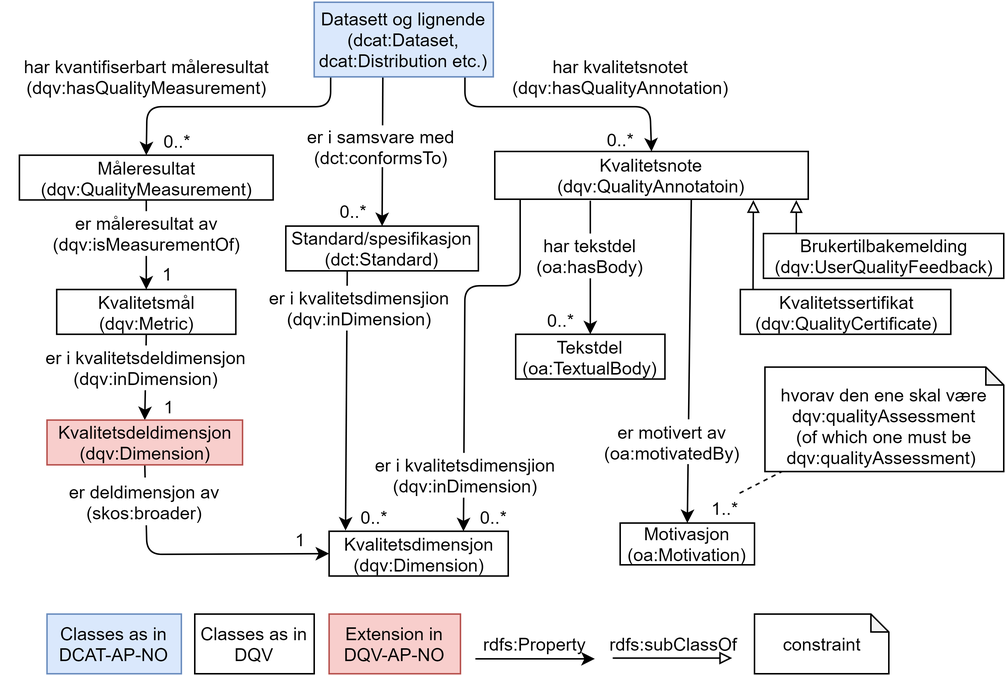
This is images/dqv-ap-no.png from Informasjonsforvaltning/dqv-ap-no, a draw.io export, as it was before one commit. Source tidied: cells renumbered, new cells last; positions are measured from the earlier drawing's top-left corner, leaving out a move shared by most shapes. Source of this version:
```xml
<mxGraphModel>
  <root>
    <mxCell id="0" />
    <mxCell id="1" parent="0" />
    <mxCell id="2" style="endArrow=classic;html=1;entryX=0.5;entryY=0;entryDx=0;entryDy=0;exitX=0.5;exitY=1;exitDx=0;exitDy=0;" parent="1" edge="1" source="28" target="34">
      <mxGeometry relative="1" as="geometry" />
    </mxCell>
    <mxCell id="3" style="endArrow=classic;html=1;entryX=0.5;entryY=0;entryDx=0;entryDy=0;exitX=0.092;exitY=0.988;exitDx=0;exitDy=0;exitPerimeter=0;" parent="1" edge="1" source="27" target="46">
      <mxGeometry relative="1" as="geometry">
        <Array as="points">
          <mxPoint x="220" y="70" />
          <mxPoint x="97" y="70" />
        </Array>
      </mxGeometry>
    </mxCell>
    <mxCell id="4" value="har kvantifiserbart måleresultat (dqv:hasQualityMeasurement)" style="text;html=1;strokeColor=none;fillColor=none;align=center;verticalAlign=middle;whiteSpace=wrap;rounded=0;" parent="1" vertex="1">
      <mxGeometry x="0.5" y="40" width="192" height="20" as="geometry" />
    </mxCell>
    <mxCell id="5" style="endArrow=classic;html=1;exitX=0.5;exitY=1;exitDx=0;exitDy=0;" parent="1" edge="1" target="28">
      <mxGeometry relative="1" as="geometry">
        <mxPoint x="96.5" y="132.5" as="sourcePoint" />
      </mxGeometry>
    </mxCell>
    <mxCell id="6" style="endArrow=classic;html=1;entryX=0.5;entryY=0;entryDx=0;entryDy=0;" parent="1" edge="1" target="45">
      <mxGeometry relative="1" as="geometry">
        <mxPoint x="255" y="49" as="sourcePoint" />
      </mxGeometry>
    </mxCell>
    <mxCell id="7" style="endArrow=classic;html=1;exitX=0.319;exitY=0.967;exitDx=0;exitDy=0;exitPerimeter=0;" parent="1" edge="1" source="45">
      <mxGeometry relative="1" as="geometry">
        <mxPoint x="230" y="354" as="targetPoint" />
      </mxGeometry>
    </mxCell>
    <mxCell id="8" style="endArrow=classic;html=1;entryX=0.5;entryY=0;entryDx=0;entryDy=0;" parent="1" edge="1" target="44">
      <mxGeometry relative="1" as="geometry">
        <mxPoint x="310" y="50" as="sourcePoint" />
        <Array as="points">
          <mxPoint x="310" y="70" />
          <mxPoint x="434" y="70" />
        </Array>
      </mxGeometry>
    </mxCell>
    <mxCell id="9" value="har kvalitetsnotet (dqv:hasQualityAnnotation)" style="text;html=1;strokeColor=none;fillColor=none;align=center;verticalAlign=middle;whiteSpace=wrap;rounded=0;" parent="1" vertex="1">
      <mxGeometry x="333.5" y="30" width="161" height="40" as="geometry" />
    </mxCell>
    <mxCell id="10" value="0..*" style="text;html=1;strokeColor=none;fillColor=none;align=center;verticalAlign=middle;whiteSpace=wrap;rounded=0;" parent="1" vertex="1">
      <mxGeometry x="96.5" y="82.5" width="40" height="20" as="geometry" />
    </mxCell>
    <mxCell id="11" value="1" style="text;html=1;strokeColor=none;fillColor=none;align=center;verticalAlign=middle;whiteSpace=wrap;rounded=0;" parent="1" vertex="1">
      <mxGeometry x="90" y="171.5" width="40" height="20" as="geometry" />
    </mxCell>
    <mxCell id="12" value="1" style="text;html=1;strokeColor=none;fillColor=none;align=center;verticalAlign=middle;whiteSpace=wrap;rounded=0;" parent="1" vertex="1">
      <mxGeometry x="179" y="349.5" width="40" height="20" as="geometry" />
    </mxCell>
    <mxCell id="13" value="0..*" style="text;html=1;strokeColor=none;fillColor=none;align=center;verticalAlign=middle;whiteSpace=wrap;rounded=0;" parent="1" vertex="1">
      <mxGeometry x="229" y="334.5" width="40" height="20" as="geometry" />
    </mxCell>
    <mxCell id="14" style="endArrow=classic;html=1;entryX=0.75;entryY=0;entryDx=0;entryDy=0;" parent="1" edge="1" target="30">
      <mxGeometry relative="1" as="geometry">
        <mxPoint x="347" y="130" as="sourcePoint" />
        <Array as="points">
          <mxPoint x="347" y="190" />
          <mxPoint x="310" y="190" />
        </Array>
      </mxGeometry>
    </mxCell>
    <mxCell id="15" value="0..*" style="text;html=1;strokeColor=none;fillColor=none;align=center;verticalAlign=middle;whiteSpace=wrap;rounded=0;" parent="1" vertex="1">
      <mxGeometry x="309" y="334.5" width="40" height="20" as="geometry" />
    </mxCell>
    <mxCell id="16" value="0..*" style="text;html=1;strokeColor=none;fillColor=none;align=center;verticalAlign=middle;whiteSpace=wrap;rounded=0;" parent="1" vertex="1">
      <mxGeometry x="394" y="81.5" width="40" height="20" as="geometry" />
    </mxCell>
    <mxCell id="17" value="0..*" style="text;html=1;strokeColor=none;fillColor=none;align=center;verticalAlign=middle;whiteSpace=wrap;rounded=0;" parent="1" vertex="1">
      <mxGeometry x="214.5" y="130" width="40" height="20" as="geometry" />
    </mxCell>
    <mxCell id="18" style="endArrow=block;html=1;endFill=0;entryX=0.825;entryY=1.019;entryDx=0;entryDy=0;entryPerimeter=0;" parent="1" edge="1" target="44">
      <mxGeometry relative="1" as="geometry">
        <mxPoint x="503" y="201" as="sourcePoint" />
      </mxGeometry>
    </mxCell>
    <mxCell id="19" value="1" style="text;html=1;strokeColor=none;fillColor=none;align=center;verticalAlign=middle;whiteSpace=wrap;rounded=0;" parent="1" vertex="1">
      <mxGeometry x="93" y="260.5" width="37" height="20" as="geometry" />
    </mxCell>
    <mxCell id="20" style="endArrow=classic;html=1;entryX=0;entryY=0.5;entryDx=0;entryDy=0;exitX=0.5;exitY=1;exitDx=0;exitDy=0;" parent="1" edge="1" source="34" target="30">
      <mxGeometry relative="1" as="geometry">
        <Array as="points">
          <mxPoint x="97" y="370" />
        </Array>
      </mxGeometry>
    </mxCell>
    <mxCell id="21" style="endArrow=block;html=1;endFill=0;entryX=0.962;entryY=1.019;entryDx=0;entryDy=0;entryPerimeter=0;" parent="1" edge="1" target="44">
      <mxGeometry relative="1" as="geometry">
        <mxPoint x="532" y="161" as="sourcePoint" />
      </mxGeometry>
    </mxCell>
    <mxCell id="22" style="endArrow=classic;html=1;entryX=0.5;entryY=0;entryDx=0;entryDy=0;" parent="1" edge="1" target="36">
      <mxGeometry relative="1" as="geometry">
        <mxPoint x="394" y="133" as="sourcePoint" />
      </mxGeometry>
    </mxCell>
    <mxCell id="23" value="0..*" style="text;html=1;strokeColor=none;fillColor=none;align=center;verticalAlign=middle;whiteSpace=wrap;rounded=0;" parent="1" vertex="1">
      <mxGeometry x="354" y="202.5" width="40" height="20" as="geometry" />
    </mxCell>
    <mxCell id="24" style="endArrow=classic;html=1;entryX=0.5;entryY=0;entryDx=0;entryDy=0;exitX=0.627;exitY=0.969;exitDx=0;exitDy=0;exitPerimeter=0;" parent="1" edge="1" source="44" target="39">
      <mxGeometry relative="1" as="geometry" />
    </mxCell>
    <mxCell id="25" value="1..*" style="text;html=1;strokeColor=none;fillColor=none;align=center;verticalAlign=middle;whiteSpace=wrap;rounded=0;" parent="1" vertex="1">
      <mxGeometry x="464" y="329" width="40" height="20" as="geometry" />
    </mxCell>
    <mxCell id="26" style="endArrow=none;dashed=1;html=1;exitX=0.75;exitY=0;exitDx=0;exitDy=0;" parent="1" edge="1" source="25" target="41">
      <mxGeometry relative="1" as="geometry" />
    </mxCell>
    <mxCell id="27" value="Datasett og lignende&lt;br&gt;(dcat:Dataset, dcat:Distribution etc.)" style="rounded=0;whiteSpace=wrap;html=1;fillColor=#dae8fc;strokeColor=#6c8ebf;" parent="1" vertex="1">
      <mxGeometry x="209" width="120" height="50" as="geometry" />
    </mxCell>
    <mxCell id="28" value="Kvalitetsmål&lt;br&gt;(dqv:Metric)" style="rounded=0;whiteSpace=wrap;html=1;" parent="1" vertex="1">
      <mxGeometry x="36.5" y="192.5" width="120" height="30" as="geometry" />
    </mxCell>
    <mxCell id="29" value="er måleresultat av (dqv:isMeasurementOf)" style="text;html=1;align=center;verticalAlign=middle;whiteSpace=wrap;rounded=0;fillColor=#FFFFFF;" parent="1" vertex="1">
      <mxGeometry x="46" y="140" width="102" height="30" as="geometry" />
    </mxCell>
    <mxCell id="30" value="Kvalitetsdimensjon&lt;br&gt;(dqv:Dimension)" style="rounded=0;whiteSpace=wrap;html=1;" parent="1" vertex="1">
      <mxGeometry x="219" y="354.5" width="120" height="30" as="geometry" />
    </mxCell>
    <mxCell id="31" value="er i kvalitetsdeldimensjon (dqv:inDimension)" style="text;html=1;align=center;verticalAlign=middle;whiteSpace=wrap;rounded=0;fillColor=#FFFFFF;" parent="1" vertex="1">
      <mxGeometry x="13" y="230" width="167" height="30" as="geometry" />
    </mxCell>
    <mxCell id="32" value="er i samsvare med (dct:conformsTo)" style="text;html=1;strokeColor=none;fillColor=#FFFFFF;align=center;verticalAlign=middle;whiteSpace=wrap;rounded=0;" parent="1" vertex="1">
      <mxGeometry x="199" y="82.5" width="110" height="28" as="geometry" />
    </mxCell>
    <mxCell id="33" value="er i kvalitetsdimensjion (dqv:inDimension)" style="text;html=1;align=center;verticalAlign=middle;whiteSpace=wrap;rounded=0;fillColor=#FFFFFF;" parent="1" vertex="1">
      <mxGeometry x="246.5" y="302" width="127" height="30" as="geometry" />
    </mxCell>
    <mxCell id="34" value="Kvalitetsdeldimensjon&lt;br&gt;(dqv:Dimension)" style="rounded=0;whiteSpace=wrap;html=1;fillColor=#f8cecc;strokeColor=#b85450;" parent="1" vertex="1">
      <mxGeometry x="30" y="280" width="131" height="30" as="geometry" />
    </mxCell>
    <mxCell id="35" value="er deldimensjon av (skos:broader)" style="text;html=1;align=center;verticalAlign=middle;whiteSpace=wrap;rounded=0;fillColor=#FFFFFF;" parent="1" vertex="1">
      <mxGeometry x="11.5" y="318.5" width="167" height="32" as="geometry" />
    </mxCell>
    <mxCell id="36" value="Tekstdel (oa:TextualBody)" style="rounded=0;whiteSpace=wrap;html=1;" parent="1" vertex="1">
      <mxGeometry x="344" y="222.5" width="100" height="30" as="geometry" />
    </mxCell>
    <mxCell id="37" value="har tekstdel (oa:hasBody)" style="text;html=1;strokeColor=none;fillColor=#FFFFFF;align=center;verticalAlign=middle;whiteSpace=wrap;rounded=0;" parent="1" vertex="1">
      <mxGeometry x="359" y="155" width="70" height="30" as="geometry" />
    </mxCell>
    <mxCell id="38" value="er i kvalitetsdimensjion (dqv:inDimension)" style="text;html=1;align=center;verticalAlign=middle;whiteSpace=wrap;rounded=0;fillColor=#FFFFFF;" parent="1" vertex="1">
      <mxGeometry x="176" y="190" width="127" height="30" as="geometry" />
    </mxCell>
    <mxCell id="39" value="Motivasjon&lt;br&gt;(oa:Motivation)" style="rounded=0;whiteSpace=wrap;html=1;fillColor=#FFFFFF;" parent="1" vertex="1">
      <mxGeometry x="414" y="349" width="90" height="28" as="geometry" />
    </mxCell>
    <mxCell id="40" value="er motivert av (oa:motivatedBy)" style="text;html=1;strokeColor=none;fillColor=#FFFFFF;align=center;verticalAlign=middle;whiteSpace=wrap;rounded=0;" parent="1" vertex="1">
      <mxGeometry x="399" y="279.5" width="100" height="30" as="geometry" />
    </mxCell>
    <mxCell id="41" value="hvorav den ene skal være dqv:qualityAssessment&lt;br&gt;(of which one must be dqv:qualityAssessment)&amp;nbsp;" style="shape=note;whiteSpace=wrap;html=1;backgroundOutline=1;darkOpacity=0.05;fillColor=#FFFFFF;verticalAlign=bottom;size=12;" parent="1" vertex="1">
      <mxGeometry x="511" y="244.5" width="160" height="70" as="geometry" />
    </mxCell>
    <mxCell id="42" value="Brukertilbakemelding&lt;br&gt;(dqv:UserQualityFeedback)" style="rounded=0;whiteSpace=wrap;html=1;fillColor=#FFFFFF;" parent="1" vertex="1">
      <mxGeometry x="510" y="155" width="161" height="30" as="geometry" />
    </mxCell>
    <mxCell id="43" value="Kvalitetssertifikat&lt;br&gt;(dqv:QualityCertificate)" style="rounded=0;whiteSpace=wrap;html=1;fillColor=#FFFFFF;" parent="1" vertex="1">
      <mxGeometry x="494.5" y="192.5" width="141" height="30" as="geometry" />
    </mxCell>
    <mxCell id="44" value="Kvalitetsnote&lt;br&gt;(dqv:QualityAnnotatoin)" style="rounded=0;whiteSpace=wrap;html=1;" parent="1" vertex="1">
      <mxGeometry x="330" y="100" width="210" height="32" as="geometry" />
    </mxCell>
    <mxCell id="45" value="Standard/spesifikasjon (dct:Standard)" style="rounded=0;whiteSpace=wrap;html=1;" parent="1" vertex="1">
      <mxGeometry x="190" y="150" width="129" height="30" as="geometry" />
    </mxCell>
    <mxCell id="46" value="Måleresultat&lt;br&gt;(dqv:QualityMeasurement)" style="rounded=0;whiteSpace=wrap;html=1;" parent="1" vertex="1">
      <mxGeometry x="11.5" y="102.5" width="170" height="30" as="geometry" />
    </mxCell>
    <mxCell id="47" value="Classes as in DCAT-AP-NO" style="rounded=0;whiteSpace=wrap;html=1;fillColor=#dae8fc;strokeColor=#6c8ebf;" parent="1" vertex="1">
      <mxGeometry x="30" y="410" width="90" height="40" as="geometry" />
    </mxCell>
    <mxCell id="48" value="Classes as in DQV" style="rounded=0;whiteSpace=wrap;html=1;fillColor=#FFFFFF;" parent="1" vertex="1">
      <mxGeometry x="129" y="410" width="80" height="40" as="geometry" />
    </mxCell>
    <mxCell id="49" value="Extension in DQV-AP-NO" style="rounded=0;whiteSpace=wrap;html=1;fillColor=#f8cecc;strokeColor=#b85450;" parent="1" vertex="1">
      <mxGeometry x="219" y="410" width="88" height="40" as="geometry" />
    </mxCell>
    <mxCell id="50" style="endArrow=classic;html=1;" parent="1" edge="1">
      <mxGeometry relative="1" as="geometry">
        <mxPoint x="317" y="440" as="sourcePoint" />
        <mxPoint x="397" y="440" as="targetPoint" />
      </mxGeometry>
    </mxCell>
    <mxCell id="51" value="rdfs:Property" style="text;html=1;strokeColor=none;fillColor=none;align=center;verticalAlign=middle;whiteSpace=wrap;rounded=0;" parent="1" vertex="1">
      <mxGeometry x="336" y="420" width="40" height="20" as="geometry" />
    </mxCell>
    <mxCell id="52" style="endArrow=block;html=1;endFill=0;" parent="1" edge="1">
      <mxGeometry relative="1" as="geometry">
        <mxPoint x="409" y="439.5" as="sourcePoint" />
        <mxPoint x="489" y="439.5" as="targetPoint" />
      </mxGeometry>
    </mxCell>
    <mxCell id="53" value="rdfs:subClassOf" style="text;html=1;strokeColor=none;fillColor=none;align=center;verticalAlign=middle;whiteSpace=wrap;rounded=0;" parent="1" vertex="1">
      <mxGeometry x="430" y="420" width="40" height="20" as="geometry" />
    </mxCell>
    <mxCell id="54" value="constraint" style="shape=note;whiteSpace=wrap;html=1;backgroundOutline=1;darkOpacity=0.05;fillColor=#FFFFFF;verticalAlign=middle;size=12;align=center;" parent="1" vertex="1">
      <mxGeometry x="504" y="410" width="90" height="40" as="geometry" />
    </mxCell>
  </root>
</mxGraphModel>
```
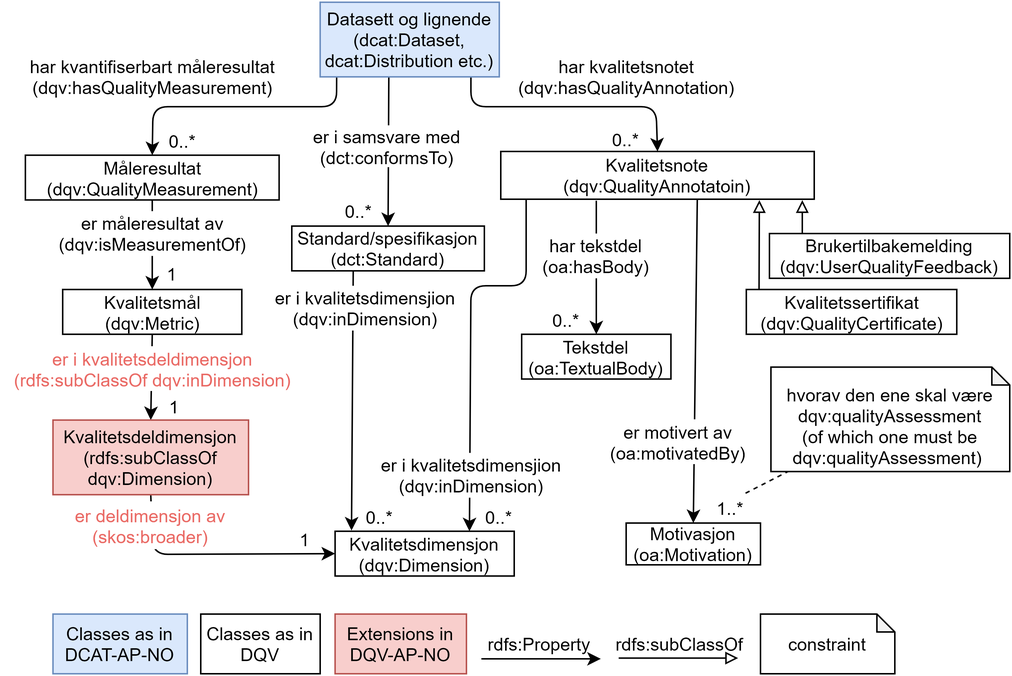
The same file after the commit.

Diff of the diagram source:
```diff
@@ -122,8 +122,8 @@
     <mxCell id="30" value="Kvalitetsdimensjon&lt;br&gt;(dqv:Dimension)" style="rounded=0;whiteSpace=wrap;html=1;" parent="1" vertex="1">
       <mxGeometry x="219" y="354.5" width="120" height="30" as="geometry" />
     </mxCell>
-    <mxCell id="31" value="er i kvalitetsdeldimensjon (dqv:inDimension)" style="text;html=1;align=center;verticalAlign=middle;whiteSpace=wrap;rounded=0;fillColor=#FFFFFF;" parent="1" vertex="1">
-      <mxGeometry x="13" y="230" width="167" height="30" as="geometry" />
+    <mxCell id="31" value="er i kvalitetsdeldimensjon (rdfs:subClassOf dqv:inDimension)" style="text;html=1;align=center;verticalAlign=middle;whiteSpace=wrap;rounded=0;fillColor=#FFFFFF;labelBackgroundColor=none;fontColor=#EA6B66;" parent="1" vertex="1">
+      <mxGeometry x="-3.5" y="230.5" width="200" height="30" as="geometry" />
     </mxCell>
     <mxCell id="32" value="er i samsvare med (dct:conformsTo)" style="text;html=1;strokeColor=none;fillColor=#FFFFFF;align=center;verticalAlign=middle;whiteSpace=wrap;rounded=0;" parent="1" vertex="1">
       <mxGeometry x="199" y="82.5" width="110" height="28" as="geometry" />
@@ -131,11 +131,11 @@
     <mxCell id="33" value="er i kvalitetsdimensjion (dqv:inDimension)" style="text;html=1;align=center;verticalAlign=middle;whiteSpace=wrap;rounded=0;fillColor=#FFFFFF;" parent="1" vertex="1">
       <mxGeometry x="246.5" y="302" width="127" height="30" as="geometry" />
     </mxCell>
-    <mxCell id="34" value="Kvalitetsdeldimensjon&lt;br&gt;(dqv:Dimension)" style="rounded=0;whiteSpace=wrap;html=1;fillColor=#f8cecc;strokeColor=#b85450;" parent="1" vertex="1">
-      <mxGeometry x="30" y="280" width="131" height="30" as="geometry" />
+    <mxCell id="34" value="Kvalitetsdeldimensjon&lt;br&gt;(rdfs:subClassOf dqv:Dimension)" style="rounded=0;whiteSpace=wrap;html=1;fillColor=#f8cecc;strokeColor=#b85450;" parent="1" vertex="1">
+      <mxGeometry x="30" y="280" width="131" height="50" as="geometry" />
     </mxCell>
-    <mxCell id="35" value="er deldimensjon av (skos:broader)" style="text;html=1;align=center;verticalAlign=middle;whiteSpace=wrap;rounded=0;fillColor=#FFFFFF;" parent="1" vertex="1">
-      <mxGeometry x="11.5" y="318.5" width="167" height="32" as="geometry" />
+    <mxCell id="35" value="er deldimensjon av (skos:broader)" style="text;html=1;align=center;verticalAlign=middle;whiteSpace=wrap;rounded=0;fillColor=#FFFFFF;fontColor=#EA6B66;" parent="1" vertex="1">
+      <mxGeometry x="11.5" y="334.5" width="167" height="32" as="geometry" />
     </mxCell>
     <mxCell id="36" value="Tekstdel (oa:TextualBody)" style="rounded=0;whiteSpace=wrap;html=1;" parent="1" vertex="1">
       <mxGeometry x="344" y="222.5" width="100" height="30" as="geometry" />
@@ -176,7 +176,7 @@
     <mxCell id="48" value="Classes as in DQV" style="rounded=0;whiteSpace=wrap;html=1;fillColor=#FFFFFF;" parent="1" vertex="1">
       <mxGeometry x="129" y="410" width="80" height="40" as="geometry" />
     </mxCell>
-    <mxCell id="49" value="Extension in DQV-AP-NO" style="rounded=0;whiteSpace=wrap;html=1;fillColor=#f8cecc;strokeColor=#b85450;" parent="1" vertex="1">
+    <mxCell id="49" value="Extensions in DQV-AP-NO" style="rounded=0;whiteSpace=wrap;html=1;fillColor=#f8cecc;strokeColor=#b85450;" parent="1" vertex="1">
       <mxGeometry x="219" y="410" width="88" height="40" as="geometry" />
     </mxCell>
     <mxCell id="50" style="endArrow=classic;html=1;" parent="1" edge="1">
```
